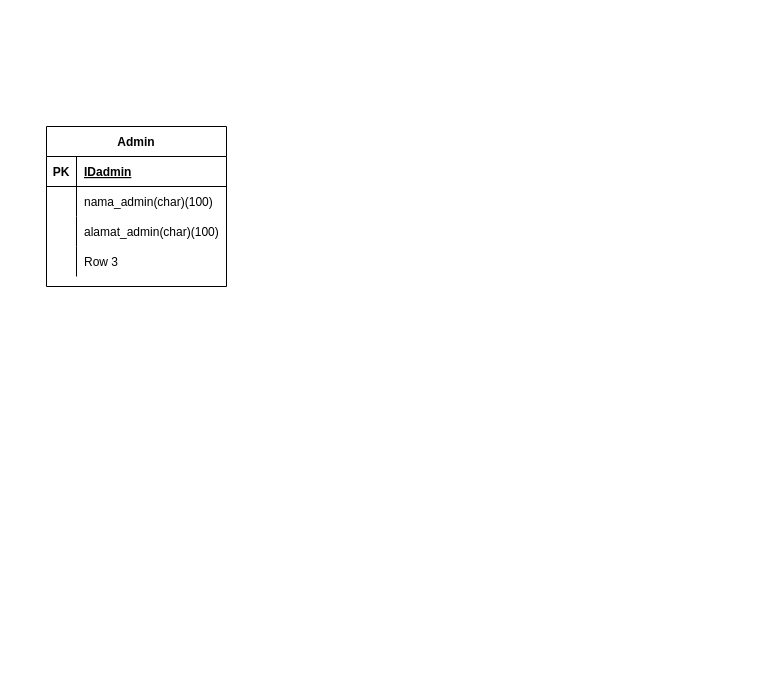
Earlier version of the draw.io diagram Pertemuan 3/Untitled Diagram.drawio (Naufalzaki05/IF214002). Source tidied: cells renumbered, new cells numbered last; positions are measured from the earlier drawing's top-left corner, leaving out a move shared by most shapes. Both pictures are drawn from the tidied source at 100%, with x=0, y=0 at pixel (46, 126).
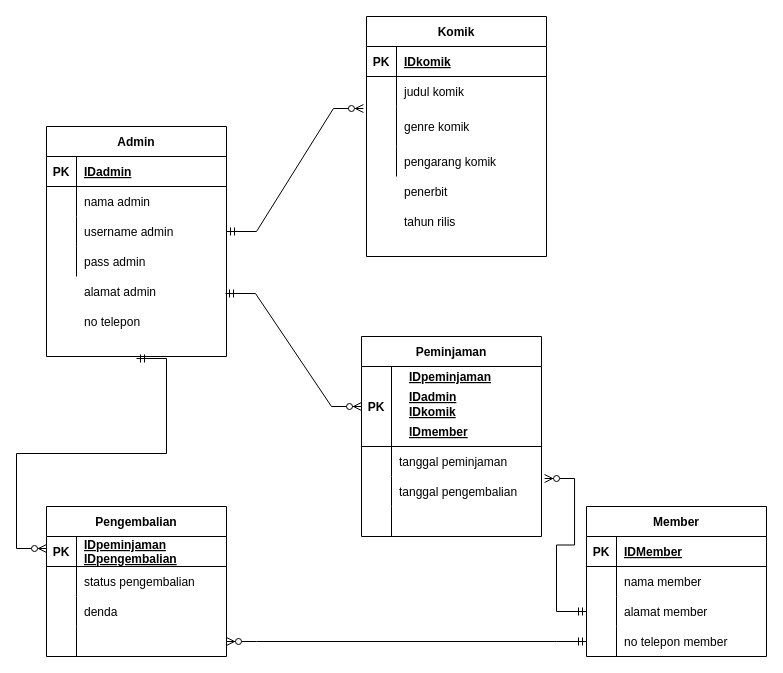
Above is the later version.

The change refers to these unchanged cells:
```xml
<mxCell id="6" style="shape=tableRow;horizontal=0;startSize=0;swimlaneHead=0;swimlaneBody=0;fillColor=none;top=0;left=0;right=0;bottom=0;" parent="2" vertex="1">
  <mxGeometry y="60" width="180" height="30" as="geometry" />
</mxCell>
<mxCell id="9" style="shape=tableRow;horizontal=0;startSize=0;swimlaneHead=0;swimlaneBody=0;fillColor=none;points=[[0,0.5],[1,0.5]];portConstraint=eastwest;top=0;left=0;right=0;bottom=0;" parent="2" vertex="1">
  <mxGeometry y="90" width="180" height="30" as="geometry" />
</mxCell>
<mxCell id="12" style="shape=tableRow;horizontal=0;startSize=0;swimlaneHead=0;swimlaneBody=0;fillColor=none;top=0;left=0;right=0;bottom=0;" parent="2" vertex="1">
  <mxGeometry y="120" width="180" height="30" as="geometry" />
</mxCell>
```

The edit, as a diff of the source:
```diff
@@
     <mxCell id="2" value="Admin" style="shape=table;startSize=30;childLayout=tableLayout;rowLines=0;fontStyle=1;align=center;" parent="1" vertex="1">
-      <mxGeometry width="180" height="160" as="geometry" />
+      <mxGeometry width="180" height="230" as="geometry" />
     </mxCell>
@@
-    <mxCell id="8" value="nama_admin(char)(100)" style="shape=partialRectangle;fillColor=none;top=0;left=0;bottom=0;right=0;align=left;spacingLeft=6;overflow=hidden;" parent="6" vertex="1">
+    <mxCell id="8" value="nama admin" style="shape=partialRectangle;fillColor=none;top=0;left=0;bottom=0;right=0;align=left;spacingLeft=6;overflow=hidden;" parent="6" vertex="1">
       <mxGeometry x="30" width="150" height="30" as="geometry" />
     </mxCell>
@@
-    <mxCell id="11" value="alamat_admin(char)(100)" style="shape=partialRectangle;fillColor=none;top=0;left=0;bottom=0;right=0;align=left;spacingLeft=6;overflow=hidden;" parent="9" vertex="1">
+    <mxCell id="11" value="username admin" style="shape=partialRectangle;fillColor=none;top=0;left=0;bottom=0;right=0;align=left;spacingLeft=6;overflow=hidden;" parent="9" vertex="1">
       <mxGeometry x="30" width="150" height="30" as="geometry" />
     </mxCell>
@@
-    <mxCell id="14" value="Row 3" style="shape=partialRectangle;fillColor=none;top=0;left=0;bottom=0;right=0;align=left;spacingLeft=6;overflow=hidden;" parent="12" vertex="1">
+    <mxCell id="14" value="pass admin" style="shape=partialRectangle;fillColor=none;top=0;left=0;bottom=0;right=0;align=left;spacingLeft=6;overflow=hidden;" parent="12" vertex="1">
       <mxGeometry x="30" width="150" height="30" as="geometry" />
     </mxCell>
+    <mxCell id="15" value="alamat admin" style="shape=partialRectangle;fillColor=none;top=0;left=0;bottom=0;right=0;align=left;spacingLeft=6;overflow=hidden;" parent="1" vertex="1">
+      <mxGeometry x="30" y="150" width="150" height="30" as="geometry" />
+    </mxCell>
+    <mxCell id="16" value="no telepon" style="shape=partialRectangle;fillColor=none;top=0;left=0;bottom=0;right=0;align=left;spacingLeft=6;overflow=hidden;" parent="1" vertex="1">
+      <mxGeometry x="30" y="180" width="150" height="30" as="geometry" />
+    </mxCell>
+    <mxCell id="17" value="Komik" style="shape=table;startSize=30;childLayout=tableLayout;rowLines=0;fontStyle=1;align=center;" parent="1" vertex="1">
+      <mxGeometry x="320" y="-110" width="180" height="240" as="geometry" />
+    </mxCell>
+    <mxCell id="18" style="shape=tableRow;horizontal=0;startSize=0;swimlaneHead=0;swimlaneBody=0;fillColor=none;top=0;left=0;right=0;bottom=1;" parent="17" vertex="1">
+      <mxGeometry y="30" width="180" height="30" as="geometry" />
+    </mxCell>
+    <mxCell id="19" value="PK" style="shape=partialRectangle;fillColor=none;top=0;left=0;bottom=0;right=0;fontStyle=1;overflow=hidden;" parent="18" vertex="1">
+      <mxGeometry width="30" height="30" as="geometry" />
+    </mxCell>
+    <mxCell id="20" value="IDkomik" style="shape=partialRectangle;fillColor=none;top=0;left=0;bottom=0;right=0;align=left;spacingLeft=6;fontStyle=5;overflow=hidden;" parent="18" vertex="1">
+      <mxGeometry x="30" width="150" height="30" as="geometry" />
+    </mxCell>
+    <mxCell id="21" style="shape=tableRow;horizontal=0;startSize=0;swimlaneHead=0;swimlaneBody=0;fillColor=none;top=0;left=0;right=0;bottom=0;" parent="17" vertex="1">
+      <mxGeometry y="60" width="180" height="30" as="geometry" />
+    </mxCell>
+    <mxCell id="22" style="shape=partialRectangle;fillColor=none;top=0;left=0;bottom=0;right=0;overflow=hidden;" parent="21" vertex="1">
+      <mxGeometry width="30" height="30" as="geometry" />
+    </mxCell>
+    <mxCell id="23" value="judul komik" style="shape=partialRectangle;fillColor=none;top=0;left=0;bottom=0;right=0;align=left;spacingLeft=6;overflow=hidden;" parent="21" vertex="1">
+      <mxGeometry x="30" width="150" height="30" as="geometry" />
+    </mxCell>
+    <mxCell id="24" style="shape=tableRow;horizontal=0;startSize=0;swimlaneHead=0;swimlaneBody=0;fillColor=none;points=[[0,0.5],[1,0.5]];portConstraint=eastwest;top=0;left=0;right=0;bottom=0;" parent="17" vertex="1">
+      <mxGeometry y="90" width="180" height="40" as="geometry" />
+    </mxCell>
+    <mxCell id="25" style="shape=partialRectangle;fillColor=none;top=0;left=0;bottom=0;right=0;overflow=hidden;" parent="24" vertex="1">
+      <mxGeometry width="30" height="40" as="geometry" />
+    </mxCell>
+    <mxCell id="26" value="genre komik" style="shape=partialRectangle;fillColor=none;top=0;left=0;bottom=0;right=0;align=left;spacingLeft=6;overflow=hidden;" parent="24" vertex="1">
+      <mxGeometry x="30" width="150" height="40" as="geometry" />
+    </mxCell>
+    <mxCell id="27" style="shape=tableRow;horizontal=0;startSize=0;swimlaneHead=0;swimlaneBody=0;fillColor=none;top=0;left=0;right=0;bottom=0;" parent="17" vertex="1">
+      <mxGeometry y="130" width="180" height="30" as="geometry" />
+    </mxCell>
+    <mxCell id="28" style="shape=partialRectangle;fillColor=none;top=0;left=0;bottom=0;right=0;overflow=hidden;" parent="27" vertex="1">
+      <mxGeometry width="30" height="30" as="geometry" />
+    </mxCell>
+    <mxCell id="29" value="pengarang komik" style="shape=partialRectangle;fillColor=none;top=0;left=0;bottom=0;right=0;align=left;spacingLeft=6;overflow=hidden;" parent="27" vertex="1">
+      <mxGeometry x="30" width="150" height="30" as="geometry" />
+    </mxCell>
+    <mxCell id="30" value="penerbit" style="shape=partialRectangle;fillColor=none;top=0;left=0;bottom=0;right=0;align=left;spacingLeft=6;overflow=hidden;" parent="1" vertex="1">
+      <mxGeometry x="350" y="50" width="150" height="30" as="geometry" />
+    </mxCell>
+    <mxCell id="31" value="tahun rilis" style="shape=partialRectangle;fillColor=none;top=0;left=0;bottom=0;right=0;align=left;spacingLeft=6;overflow=hidden;" parent="1" vertex="1">
+      <mxGeometry x="350" y="80" width="150" height="30" as="geometry" />
+    </mxCell>
+    <mxCell id="32" value="Member" style="shape=table;startSize=30;childLayout=tableLayout;rowLines=0;fontStyle=1;align=center;" parent="1" vertex="1">
+      <mxGeometry x="540" y="380" width="180" height="150" as="geometry" />
+    </mxCell>
+    <mxCell id="33" style="shape=tableRow;horizontal=0;startSize=0;swimlaneHead=0;swimlaneBody=0;fillColor=none;top=0;left=0;right=0;bottom=1;" parent="32" vertex="1">
+      <mxGeometry y="30" width="180" height="30" as="geometry" />
+    </mxCell>
+    <mxCell id="34" value="PK" style="shape=partialRectangle;fillColor=none;top=0;left=0;bottom=0;right=0;fontStyle=1;overflow=hidden;" parent="33" vertex="1">
+      <mxGeometry width="30" height="30" as="geometry" />
+    </mxCell>
+    <mxCell id="35" value="IDMember" style="shape=partialRectangle;fillColor=none;top=0;left=0;bottom=0;right=0;align=left;spacingLeft=6;fontStyle=5;overflow=hidden;" parent="33" vertex="1">
+      <mxGeometry x="30" width="150" height="30" as="geometry" />
+    </mxCell>
+    <mxCell id="36" style="shape=tableRow;horizontal=0;startSize=0;swimlaneHead=0;swimlaneBody=0;fillColor=none;top=0;left=0;right=0;bottom=0;" parent="32" vertex="1">
+      <mxGeometry y="60" width="180" height="30" as="geometry" />
+    </mxCell>
+    <mxCell id="37" style="shape=partialRectangle;fillColor=none;top=0;left=0;bottom=0;right=0;overflow=hidden;" parent="36" vertex="1">
+      <mxGeometry width="30" height="30" as="geometry" />
+    </mxCell>
+    <mxCell id="38" value="nama member" style="shape=partialRectangle;fillColor=none;top=0;left=0;bottom=0;right=0;align=left;spacingLeft=6;overflow=hidden;" parent="36" vertex="1">
+      <mxGeometry x="30" width="150" height="30" as="geometry" />
+    </mxCell>
+    <mxCell id="39" style="shape=tableRow;horizontal=0;startSize=0;swimlaneHead=0;swimlaneBody=0;fillColor=none;points=[[0,0.5],[1,0.5]];portConstraint=eastwest;top=0;left=0;right=0;bottom=0;" parent="32" vertex="1">
+      <mxGeometry y="90" width="180" height="30" as="geometry" />
+    </mxCell>
+    <mxCell id="40" style="shape=partialRectangle;fillColor=none;top=0;left=0;bottom=0;right=0;overflow=hidden;" parent="39" vertex="1">
+      <mxGeometry width="30" height="30" as="geometry" />
+    </mxCell>
+    <mxCell id="41" value="alamat member" style="shape=partialRectangle;fillColor=none;top=0;left=0;bottom=0;right=0;align=left;spacingLeft=6;overflow=hidden;" parent="39" vertex="1">
+      <mxGeometry x="30" width="150" height="30" as="geometry" />
+    </mxCell>
+    <mxCell id="42" style="shape=tableRow;horizontal=0;startSize=0;swimlaneHead=0;swimlaneBody=0;fillColor=none;points=[[0,0.5],[1,0.5]];portConstraint=eastwest;top=0;left=0;right=0;bottom=0;" parent="32" vertex="1">
+      <mxGeometry y="120" width="180" height="30" as="geometry" />
+    </mxCell>
+    <mxCell id="43" style="shape=partialRectangle;fillColor=none;top=0;left=0;bottom=0;right=0;overflow=hidden;" parent="42" vertex="1">
+      <mxGeometry width="30" height="30" as="geometry" />
+    </mxCell>
+    <mxCell id="44" value="no telepon member" style="shape=partialRectangle;fillColor=none;top=0;left=0;bottom=0;right=0;align=left;spacingLeft=6;overflow=hidden;" parent="42" vertex="1">
+      <mxGeometry x="30" width="150" height="30" as="geometry" />
+    </mxCell>
+    <mxCell id="45" value="Peminjaman" style="shape=table;startSize=30;childLayout=tableLayout;rowLines=0;fontStyle=1;align=center;" parent="1" vertex="1">
+      <mxGeometry x="315" y="210" width="180" height="200" as="geometry" />
+    </mxCell>
+    <mxCell id="46" style="shape=tableRow;horizontal=0;startSize=0;swimlaneHead=0;swimlaneBody=0;fillColor=none;points=[[0,0.5],[1,0.5]];portConstraint=eastwest;top=0;left=0;right=0;bottom=1;" parent="45" vertex="1">
+      <mxGeometry y="30" width="180" height="80" as="geometry" />
+    </mxCell>
+    <mxCell id="47" value="PK" style="shape=partialRectangle;fillColor=none;top=0;left=0;bottom=0;right=0;fontStyle=1;overflow=hidden;" parent="46" vertex="1">
+      <mxGeometry width="30" height="80" as="geometry" />
+    </mxCell>
+    <mxCell id="48" style="shape=partialRectangle;fillColor=none;top=0;left=0;bottom=0;right=0;align=left;spacingLeft=6;fontStyle=5;overflow=hidden;" parent="46" vertex="1">
+      <mxGeometry x="30" width="150" height="80" as="geometry" />
+    </mxCell>
+    <mxCell id="49" style="shape=tableRow;horizontal=0;startSize=0;swimlaneHead=0;swimlaneBody=0;fillColor=none;top=0;left=0;right=0;bottom=0;" parent="45" vertex="1">
+      <mxGeometry y="110" width="180" height="30" as="geometry" />
+    </mxCell>
+    <mxCell id="50" style="shape=partialRectangle;fillColor=none;top=0;left=0;bottom=0;right=0;overflow=hidden;" parent="49" vertex="1">
+      <mxGeometry width="30" height="30" as="geometry" />
+    </mxCell>
+    <mxCell id="51" value="tanggal peminjaman" style="shape=partialRectangle;fillColor=none;top=0;left=0;bottom=0;right=0;align=left;spacingLeft=6;overflow=hidden;" parent="49" vertex="1">
+      <mxGeometry x="30" width="150" height="30" as="geometry" />
+    </mxCell>
+    <mxCell id="52" style="shape=tableRow;horizontal=0;startSize=0;swimlaneHead=0;swimlaneBody=0;fillColor=none;points=[[0,0.5],[1,0.5]];portConstraint=eastwest;top=0;left=0;right=0;bottom=0;" parent="45" vertex="1">
+      <mxGeometry y="140" width="180" height="30" as="geometry" />
+    </mxCell>
+    <mxCell id="53" style="shape=partialRectangle;fillColor=none;top=0;left=0;bottom=0;right=0;overflow=hidden;" parent="52" vertex="1">
+      <mxGeometry width="30" height="30" as="geometry" />
+    </mxCell>
+    <mxCell id="54" value="tanggal pengembalian" style="shape=partialRectangle;fillColor=none;top=0;left=0;bottom=0;right=0;align=left;spacingLeft=6;overflow=hidden;" parent="52" vertex="1">
+      <mxGeometry x="30" width="150" height="30" as="geometry" />
+    </mxCell>
+    <mxCell id="55" style="shape=tableRow;horizontal=0;startSize=0;swimlaneHead=0;swimlaneBody=0;fillColor=none;top=0;left=0;right=0;bottom=0;" parent="45" vertex="1">
+      <mxGeometry y="170" width="180" height="30" as="geometry" />
+    </mxCell>
+    <mxCell id="56" style="shape=partialRectangle;fillColor=none;top=0;left=0;bottom=0;right=0;overflow=hidden;" parent="55" vertex="1">
+      <mxGeometry width="30" height="30" as="geometry" />
+    </mxCell>
+    <mxCell id="57" style="shape=partialRectangle;fillColor=none;top=0;left=0;bottom=0;right=0;align=left;spacingLeft=6;overflow=hidden;" parent="55" vertex="1">
+      <mxGeometry x="30" width="150" height="30" as="geometry" />
+    </mxCell>
+    <mxCell id="58" value="IDpeminjaman" style="shape=partialRectangle;fillColor=none;top=0;left=0;bottom=0;right=0;align=left;spacingLeft=6;fontStyle=5;overflow=hidden;" parent="1" vertex="1">
+      <mxGeometry x="355" y="240" width="150" height="20" as="geometry" />
+    </mxCell>
+    <mxCell id="59" value="IDadmin" style="shape=partialRectangle;fillColor=none;top=0;left=0;bottom=0;right=0;align=left;spacingLeft=6;fontStyle=5;overflow=hidden;" parent="1" vertex="1">
+      <mxGeometry x="355" y="260" width="150" height="20" as="geometry" />
+    </mxCell>
+    <mxCell id="60" value="IDkomik" style="shape=partialRectangle;fillColor=none;top=0;left=0;bottom=0;right=0;align=left;spacingLeft=6;fontStyle=5;overflow=hidden;" parent="1" vertex="1">
+      <mxGeometry x="355" y="275" width="150" height="20" as="geometry" />
+    </mxCell>
+    <mxCell id="61" value="IDmember" style="shape=partialRectangle;fillColor=none;top=0;left=0;bottom=0;right=0;align=left;spacingLeft=6;fontStyle=5;overflow=hidden;" parent="1" vertex="1">
+      <mxGeometry x="355" y="295" width="150" height="20" as="geometry" />
+    </mxCell>
+    <mxCell id="62" value="Pengembalian" style="shape=table;startSize=30;childLayout=tableLayout;rowLines=0;fontStyle=1;align=center;" parent="1" vertex="1">
+      <mxGeometry y="380" width="180" height="150" as="geometry" />
+    </mxCell>
+    <mxCell id="63" style="shape=tableRow;horizontal=0;startSize=0;swimlaneHead=0;swimlaneBody=0;fillColor=none;top=0;left=0;right=0;bottom=1;" parent="62" vertex="1">
+      <mxGeometry y="30" width="180" height="30" as="geometry" />
+    </mxCell>
+    <mxCell id="64" value="PK" style="shape=partialRectangle;fillColor=none;top=0;left=0;bottom=0;right=0;fontStyle=1;overflow=hidden;" parent="63" vertex="1">
+      <mxGeometry width="30" height="30" as="geometry" />
+    </mxCell>
+    <mxCell id="65" value="IDpeminjaman&#10;IDpengembalian" style="shape=partialRectangle;fillColor=none;top=0;left=0;bottom=0;right=0;align=left;spacingLeft=6;fontStyle=5;overflow=hidden;" parent="63" vertex="1">
+      <mxGeometry x="30" width="150" height="30" as="geometry" />
+    </mxCell>
+    <mxCell id="66" style="shape=tableRow;horizontal=0;startSize=0;swimlaneHead=0;swimlaneBody=0;fillColor=none;top=0;left=0;right=0;bottom=0;" parent="62" vertex="1">
+      <mxGeometry y="60" width="180" height="30" as="geometry" />
+    </mxCell>
+    <mxCell id="67" style="shape=partialRectangle;fillColor=none;top=0;left=0;bottom=0;right=0;overflow=hidden;" parent="66" vertex="1">
+      <mxGeometry width="30" height="30" as="geometry" />
+    </mxCell>
+    <mxCell id="68" value="status pengembalian" style="shape=partialRectangle;fillColor=none;top=0;left=0;bottom=0;right=0;align=left;spacingLeft=6;overflow=hidden;" parent="66" vertex="1">
+      <mxGeometry x="30" width="150" height="30" as="geometry" />
+    </mxCell>
+    <mxCell id="69" style="shape=tableRow;horizontal=0;startSize=0;swimlaneHead=0;swimlaneBody=0;fillColor=none;top=0;left=0;right=0;bottom=0;" parent="62" vertex="1">
+      <mxGeometry y="90" width="180" height="30" as="geometry" />
+    </mxCell>
+    <mxCell id="70" style="shape=partialRectangle;fillColor=none;top=0;left=0;bottom=0;right=0;overflow=hidden;" parent="69" vertex="1">
+      <mxGeometry width="30" height="30" as="geometry" />
+    </mxCell>
+    <mxCell id="71" value="denda" style="shape=partialRectangle;fillColor=none;top=0;left=0;bottom=0;right=0;align=left;spacingLeft=6;overflow=hidden;" parent="69" vertex="1">
+      <mxGeometry x="30" width="150" height="30" as="geometry" />
+    </mxCell>
+    <mxCell id="72" style="shape=tableRow;horizontal=0;startSize=0;swimlaneHead=0;swimlaneBody=0;fillColor=none;points=[[0,0.5],[1,0.5]];portConstraint=eastwest;top=0;left=0;right=0;bottom=0;" parent="62" vertex="1">
+      <mxGeometry y="120" width="180" height="30" as="geometry" />
+    </mxCell>
+    <mxCell id="73" style="shape=partialRectangle;fillColor=none;top=0;left=0;bottom=0;right=0;overflow=hidden;" parent="72" vertex="1">
+      <mxGeometry width="30" height="30" as="geometry" />
+    </mxCell>
+    <mxCell id="74" style="shape=partialRectangle;fillColor=none;top=0;left=0;bottom=0;right=0;align=left;spacingLeft=6;overflow=hidden;" parent="72" vertex="1">
+      <mxGeometry x="30" width="150" height="30" as="geometry" />
+    </mxCell>
+    <mxCell id="75" style="edgeStyle=entityRelationEdgeStyle;fontSize=12;html=1;endArrow=ERzeroToMany;startArrow=ERmandOne;rounded=0;entryX=-0.017;entryY=0.05;entryDx=0;entryDy=0;entryPerimeter=0;exitX=1;exitY=0.5;exitDx=0;exitDy=0;" parent="1" edge="1" source="9" target="24">
+      <mxGeometry relative="1" as="geometry" />
+    </mxCell>
+    <mxCell id="76" style="edgeStyle=entityRelationEdgeStyle;fontSize=12;html=1;endArrow=ERzeroToMany;startArrow=ERmandOne;rounded=0;" parent="1" edge="1" target="46">
+      <mxGeometry relative="1" as="geometry">
+        <mxPoint x="179" y="167" as="sourcePoint" />
+      </mxGeometry>
+    </mxCell>
+    <mxCell id="77" style="edgeStyle=entityRelationEdgeStyle;fontSize=12;html=1;endArrow=ERzeroToMany;startArrow=ERmandOne;rounded=0;exitX=0.5;exitY=1;exitDx=0;exitDy=0;entryX=0;entryY=0.333;entryDx=0;entryDy=0;entryPerimeter=0;" parent="1" edge="1">
+      <mxGeometry relative="1" as="geometry">
+        <mxPoint x="90" y="232" as="sourcePoint" />
+        <mxPoint y="422" as="targetPoint" />
+      </mxGeometry>
+    </mxCell>
+    <mxCell id="78" style="edgeStyle=entityRelationEdgeStyle;fontSize=12;html=1;endArrow=ERzeroToMany;startArrow=ERmandOne;rounded=0;exitX=0;exitY=0.5;exitDx=0;exitDy=0;entryX=1.017;entryY=0.067;entryDx=0;entryDy=0;entryPerimeter=0;" parent="1" edge="1" source="39" target="52">
+      <mxGeometry relative="1" as="geometry" />
+    </mxCell>
+    <mxCell id="79" style="edgeStyle=entityRelationEdgeStyle;fontSize=12;html=1;endArrow=ERzeroToMany;startArrow=ERmandOne;rounded=0;entryX=1;entryY=0.5;entryDx=0;entryDy=0;" parent="1" edge="1" source="42" target="72">
+      <mxGeometry relative="1" as="geometry" />
+    </mxCell>
```
